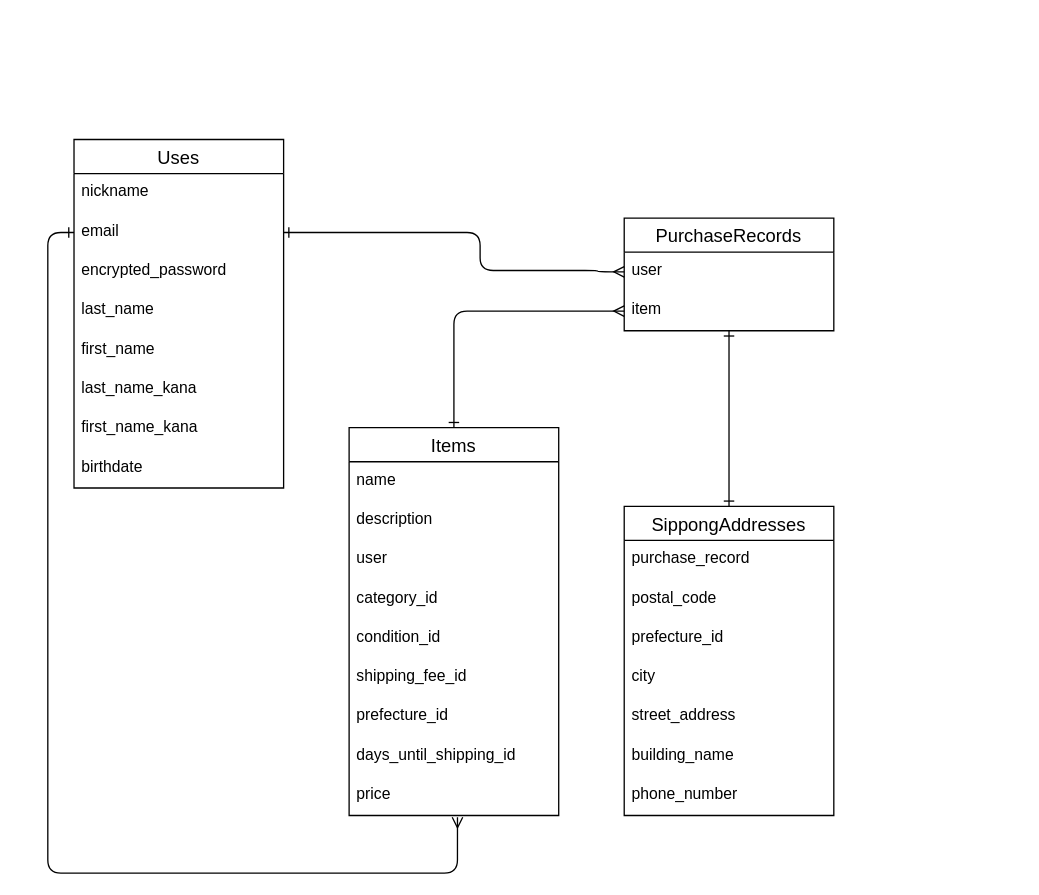
Before: test.dio in n0vska/furima-39444, a draw.io diagram. Source tidied: cells renumbered, new cells numbered last; positions are measured from the earlier drawing's top-left corner, leaving out a move shared by most shapes. Both pictures are drawn from the tidied source at 131%, with x=0, y=0 at pixel (47, 139).
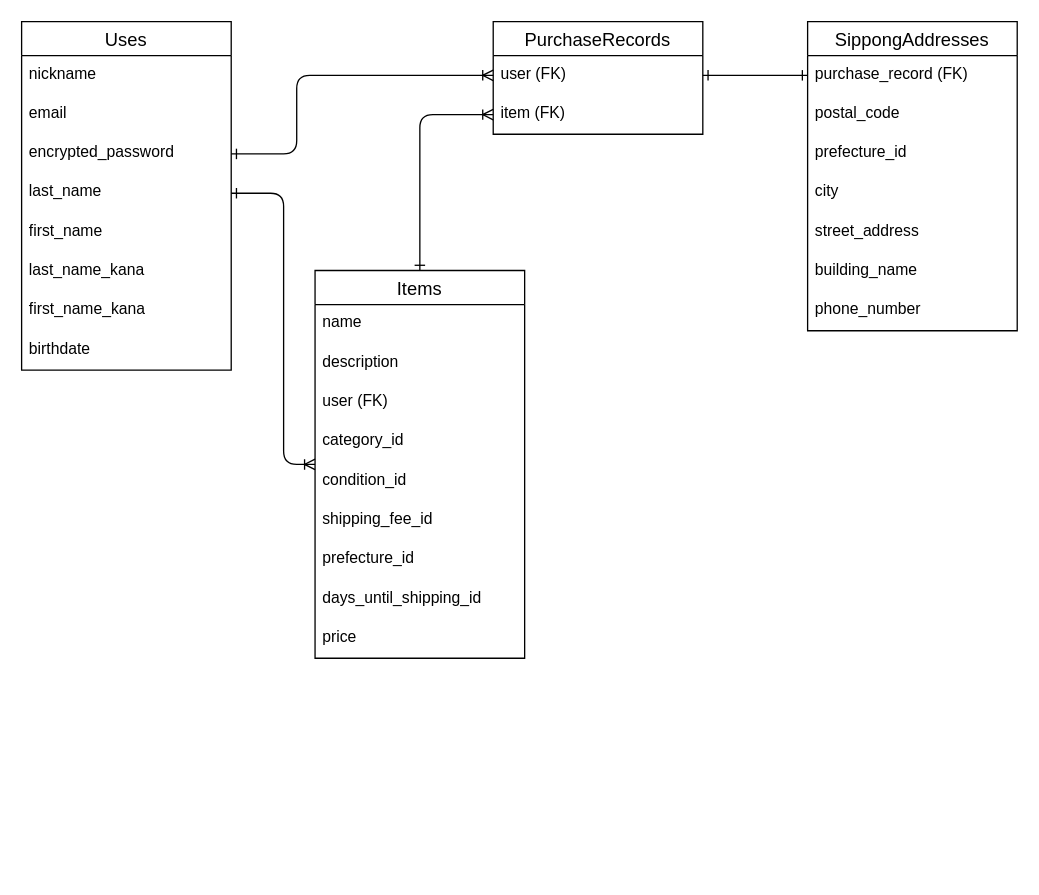
The same diagram, later.

Unchanged cells that the change refers to:
```xml
<mxCell id="4" value="email" style="text;strokeColor=none;fillColor=none;spacingLeft=4;spacingRight=4;overflow=hidden;points=[[0,0.5],[1,0.5]];portConstraint=eastwest;fontSize=12;" parent="2" vertex="1">
  <mxGeometry y="56" width="160" height="30" as="geometry" />
</mxCell>
<mxCell id="5" value="encrypted_password" style="text;strokeColor=none;fillColor=none;spacingLeft=4;spacingRight=4;overflow=hidden;points=[[0,0.5],[1,0.5]];portConstraint=eastwest;fontSize=12;" parent="2" vertex="1">
  <mxGeometry y="86" width="160" height="30" as="geometry" />
</mxCell>
<mxCell id="6" value="last_name" style="text;strokeColor=none;fillColor=none;spacingLeft=4;spacingRight=4;overflow=hidden;points=[[0,0.5],[1,0.5]];portConstraint=eastwest;fontSize=12;" parent="2" vertex="1">
  <mxGeometry y="116" width="160" height="30" as="geometry" />
</mxCell>
<mxCell id="23" value="price" style="text;strokeColor=none;fillColor=none;spacingLeft=4;spacingRight=4;overflow=hidden;points=[[0,0.5],[1,0.5]];portConstraint=eastwest;fontSize=12;" parent="14" vertex="1">
  <mxGeometry y="266" width="160" height="30" as="geometry" />
</mxCell>
```

What changed in the source:
```diff
@@
     <mxCell id="2" value="Uses" style="swimlane;fontStyle=0;horizontal=1;startSize=26;align=center;fontSize=14;" parent="1" vertex="1">
-      <mxGeometry x="20" width="160" height="266" as="geometry" />
+      <mxGeometry x="-20" y="-90" width="160" height="266" as="geometry" />
     </mxCell>
@@
     <mxCell id="11" value="PurchaseRecords" style="swimlane;fontStyle=0;horizontal=1;startSize=26;align=center;fontSize=14;" parent="1" vertex="1">
-      <mxGeometry x="440" y="60" width="160" height="86" as="geometry" />
+      <mxGeometry x="340" y="-90" width="160" height="86" as="geometry" />
     </mxCell>
-    <mxCell id="12" value="user" style="text;strokeColor=none;fillColor=none;spacingLeft=4;spacingRight=4;overflow=hidden;points=[[0,0.5],[1,0.5]];portConstraint=eastwest;fontSize=12;" parent="11" vertex="1">
+    <mxCell id="12" value="user (FK)" style="text;strokeColor=none;fillColor=none;spacingLeft=4;spacingRight=4;overflow=hidden;points=[[0,0.5],[1,0.5]];portConstraint=eastwest;fontSize=12;" parent="11" vertex="1">
       <mxGeometry y="26" width="160" height="30" as="geometry" />
     </mxCell>
-    <mxCell id="13" value="item" style="text;strokeColor=none;fillColor=none;spacingLeft=4;spacingRight=4;overflow=hidden;points=[[0,0.5],[1,0.5]];portConstraint=eastwest;fontSize=12;" parent="11" vertex="1">
+    <mxCell id="13" value="item (FK)" style="text;strokeColor=none;fillColor=none;spacingLeft=4;spacingRight=4;overflow=hidden;points=[[0,0.5],[1,0.5]];portConstraint=eastwest;fontSize=12;" parent="11" vertex="1">
       <mxGeometry y="56" width="160" height="30" as="geometry" />
     </mxCell>
     <mxCell id="14" value="Items" style="swimlane;fontStyle=0;horizontal=1;startSize=26;align=center;fontSize=14;" parent="1" vertex="1">
-      <mxGeometry x="230" y="220" width="160" height="296" as="geometry" />
+      <mxGeometry x="204" y="100" width="160" height="296" as="geometry" />
     </mxCell>
@@
-    <mxCell id="17" value="user" style="text;strokeColor=none;fillColor=none;spacingLeft=4;spacingRight=4;overflow=hidden;fontSize=12;" parent="14" vertex="1">
+    <mxCell id="17" value="user (FK)" style="text;strokeColor=none;fillColor=none;spacingLeft=4;spacingRight=4;overflow=hidden;fontSize=12;" parent="14" vertex="1">
       <mxGeometry y="86" width="160" height="30" as="geometry" />
     </mxCell>
@@
     <mxCell id="24" value="SippongAddresses" style="swimlane;fontStyle=0;horizontal=1;startSize=26;align=center;fontSize=14;" parent="1" vertex="1">
-      <mxGeometry x="440" y="280" width="160" height="236" as="geometry" />
+      <mxGeometry x="580" y="-90" width="160" height="236" as="geometry" />
     </mxCell>
-    <mxCell id="25" value="purchase_record" style="text;strokeColor=none;fillColor=none;spacingLeft=4;spacingRight=4;overflow=hidden;points=[[0,0.5],[1,0.5]];portConstraint=eastwest;fontSize=12;" parent="24" vertex="1">
+    <mxCell id="25" value="purchase_record (FK)" style="text;strokeColor=none;fillColor=none;spacingLeft=4;spacingRight=4;overflow=hidden;points=[[0,0.5],[1,0.5]];portConstraint=eastwest;fontSize=12;" parent="24" vertex="1">
       <mxGeometry y="26" width="160" height="30" as="geometry" />
     </mxCell>
@@
-    <mxCell id="32" style="edgeStyle=orthogonalEdgeStyle;fontSize=12;html=1;endArrow=ERmany;exitX=0.5;exitY=0;exitDx=0;exitDy=0;entryX=0;entryY=0.5;entryDx=0;entryDy=0;endFill=0;startArrow=ERone;startFill=0;" parent="1" edge="1" source="14" target="13">
+    <mxCell id="32" style="edgeStyle=orthogonalEdgeStyle;fontSize=12;html=1;endArrow=ERoneToMany;exitX=0.5;exitY=0;exitDx=0;exitDy=0;entryX=0;entryY=0.5;entryDx=0;entryDy=0;endFill=0;startArrow=ERone;startFill=0;" parent="1" edge="1" source="14" target="13">
       <mxGeometry relative="1" as="geometry" />
     </mxCell>
-    <mxCell id="33" style="edgeStyle=orthogonalEdgeStyle;fontSize=12;html=1;endArrow=ERmany;exitX=0;exitY=0.5;exitDx=0;exitDy=0;startArrow=ERone;startFill=0;entryX=0.517;entryY=1.047;entryDx=0;entryDy=0;entryPerimeter=0;" parent="1" edge="1" source="4" target="23">
-      <mxGeometry relative="1" as="geometry">
-        <Array as="points">
-          <mxPoint y="71" />
-          <mxPoint y="560" />
-          <mxPoint x="313" y="560" />
-        </Array>
-      </mxGeometry>
-    </mxCell>
-    <mxCell id="34" style="edgeStyle=orthogonalEdgeStyle;fontSize=12;html=1;endArrow=ERmany;exitX=1;exitY=0.5;exitDx=0;exitDy=0;entryX=0;entryY=0.5;entryDx=0;entryDy=0;startArrow=ERone;startFill=0;" parent="1" edge="1" source="4" target="12">
+    <mxCell id="34" style="edgeStyle=orthogonalEdgeStyle;fontSize=12;html=1;endArrow=ERoneToMany;entryX=0;entryY=0.5;entryDx=0;entryDy=0;startArrow=ERone;startFill=0;exitX=1;exitY=0.5;exitDx=0;exitDy=0;endFill=0;" parent="1" edge="1" source="5" target="12">
       <mxGeometry relative="1" as="geometry">
         <Array as="points">
-          <mxPoint x="330" y="71" />
-          <mxPoint x="330" y="100" />
-          <mxPoint x="420" y="100" />
-          <mxPoint x="440" y="101" />
+          <mxPoint x="190" y="11" />
+          <mxPoint x="190" y="-49" />
         </Array>
       </mxGeometry>
     </mxCell>
-    <mxCell id="35" style="fontSize=12;html=1;endArrow=ERone;startArrow=ERone;entryX=0.5;entryY=1;entryDx=0;entryDy=0;exitX=0.5;exitY=0;exitDx=0;exitDy=0;startFill=0;endFill=0;" parent="1" edge="1" source="24" target="11">
+    <mxCell id="35" style="fontSize=12;html=1;endArrow=ERone;startArrow=ERone;entryX=1;entryY=0.5;entryDx=0;entryDy=0;exitX=0;exitY=0.5;exitDx=0;exitDy=0;startFill=0;endFill=0;" parent="1" edge="1" source="25" target="12">
       <mxGeometry relative="1" as="geometry" />
     </mxCell>
+    <mxCell id="36" style="edgeStyle=orthogonalEdgeStyle;fontSize=12;html=1;endArrow=ERoneToMany;entryX=0;entryY=0.5;entryDx=0;entryDy=0;startArrow=ERone;startFill=0;endFill=0;exitX=1;exitY=0.5;exitDx=0;exitDy=0;" parent="1" edge="1" source="6" target="14">
+      <mxGeometry relative="1" as="geometry">
+        <Array as="points">
+          <mxPoint x="180" y="41" />
+          <mxPoint x="180" y="248" />
+        </Array>
+      </mxGeometry>
+    </mxCell>
```
